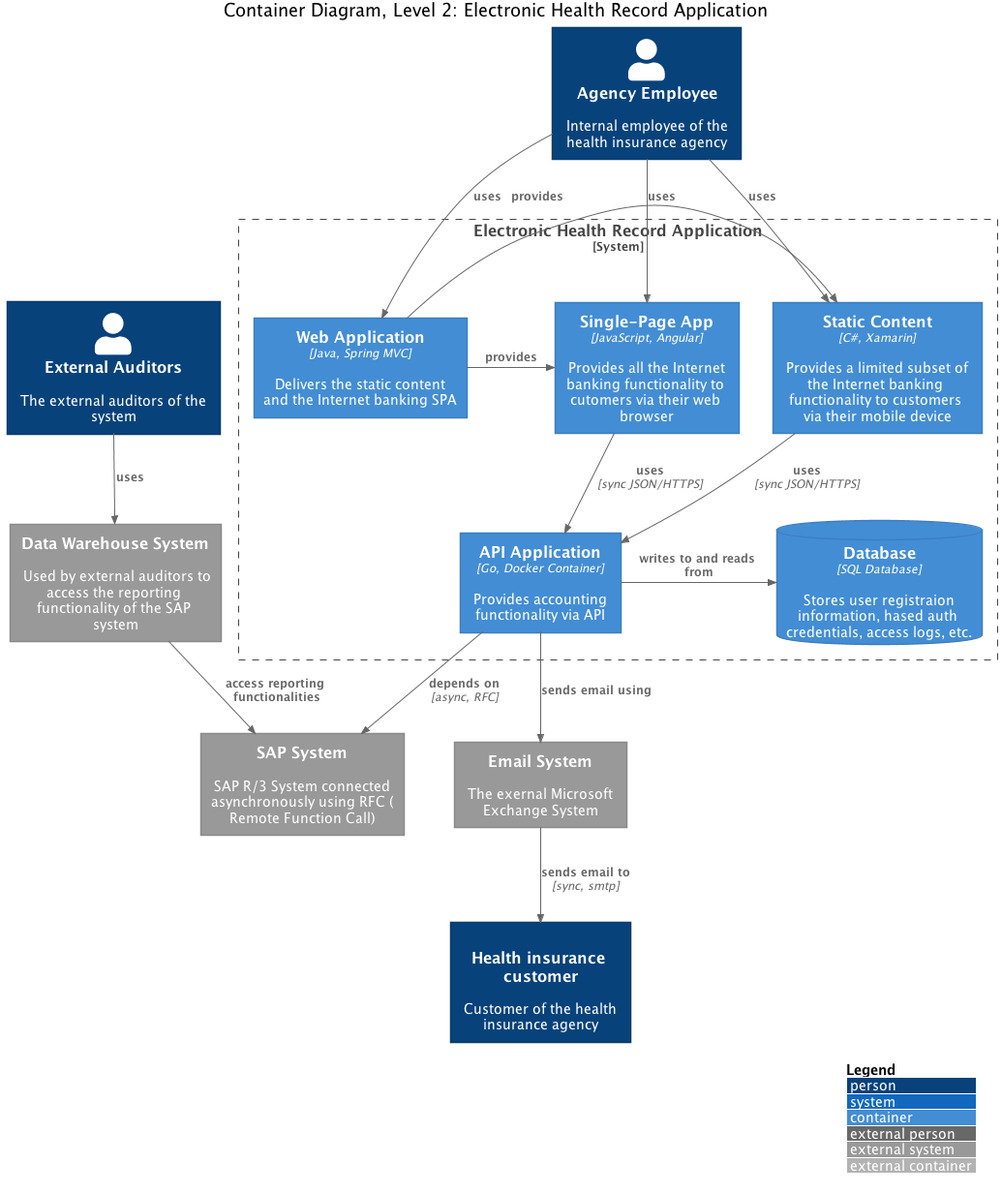
Before: out/level-2_container/Container Diagram, Level 2  Electronic Health Record Application.png, a diagram exported from PlantUML (patricpoba/msem-sw.arch-c4-model-assignment). Its diagram source:
```plantuml
@startuml
!include https://raw.githubusercontent.com/plantuml-stdlib/C4-PlantUML/master/C4_Container.puml

LAYOUT_WITH_LEGEND()

title Container Diagram, Level 2: Electronic Health Record Application

Person(employee, "Agency Employee", "Internal employee of the health insurance agency")
Person(customer, "Health insurance customer", "Customer of the health insurance agency", "user")
Person(auditor, "External Auditors", "The external auditors of the system")

System_Boundary(c1, "Electronic Health Record Application") {

    Container(webApp, "Web Application", "Java, Spring MVC", "Delivers the static content and the Internet banking SPA")
    Container(spa, "Single-Page App", "JavaScript, Angular", "Provides all the Internet banking functionality to cutomers via their web browser")
    Container(staticContent, "Static Content", "C#, Xamarin", "Provides a limited subset of the Internet banking functionality to customers via their mobile device")
    ContainerDb(database, "Database", "SQL Database", "Stores user registraion information, hased auth credentials, access logs, etc.")
    Container(backend_api, "API Application", "Go, Docker Container", "Provides accounting functionality via API")
}


System_Ext(emailSystem, "Email System", "The exernal Microsoft Exchange System")
System_Ext(dataWHS, "Data Warehouse System", "Used by external auditors to access the reporting functionality of the SAP system")
System_Ext(sapSystem, "SAP System", "SAP R/3 System connected asynchronously using RFC (Remote Function Call)")


Rel(employee, webApp, "uses")
Rel(employee, staticContent, "uses")
Rel(employee, spa, "uses")

Rel_Neighbor(webApp, spa, "provides")
Rel_Neighbor(webApp, staticContent, "provides")

Rel(spa, backend_api, "uses", "sync JSON/HTTPS")
Rel(staticContent, backend_api, "uses", "sync JSON/HTTPS")

Rel_Neighbor(backend_api, database, "writes to and reads from")
Rel(dataWHS, sapSystem, "access reporting functionalities")
Rel(auditor, dataWHS, "uses")
Rel(emailSystem, customer, "sends email to", "sync, smtp")

Rel(backend_api, emailSystem, "sends email using")
Rel(backend_api, sapSystem, "depends on", "async, RFC")

@enduml
```
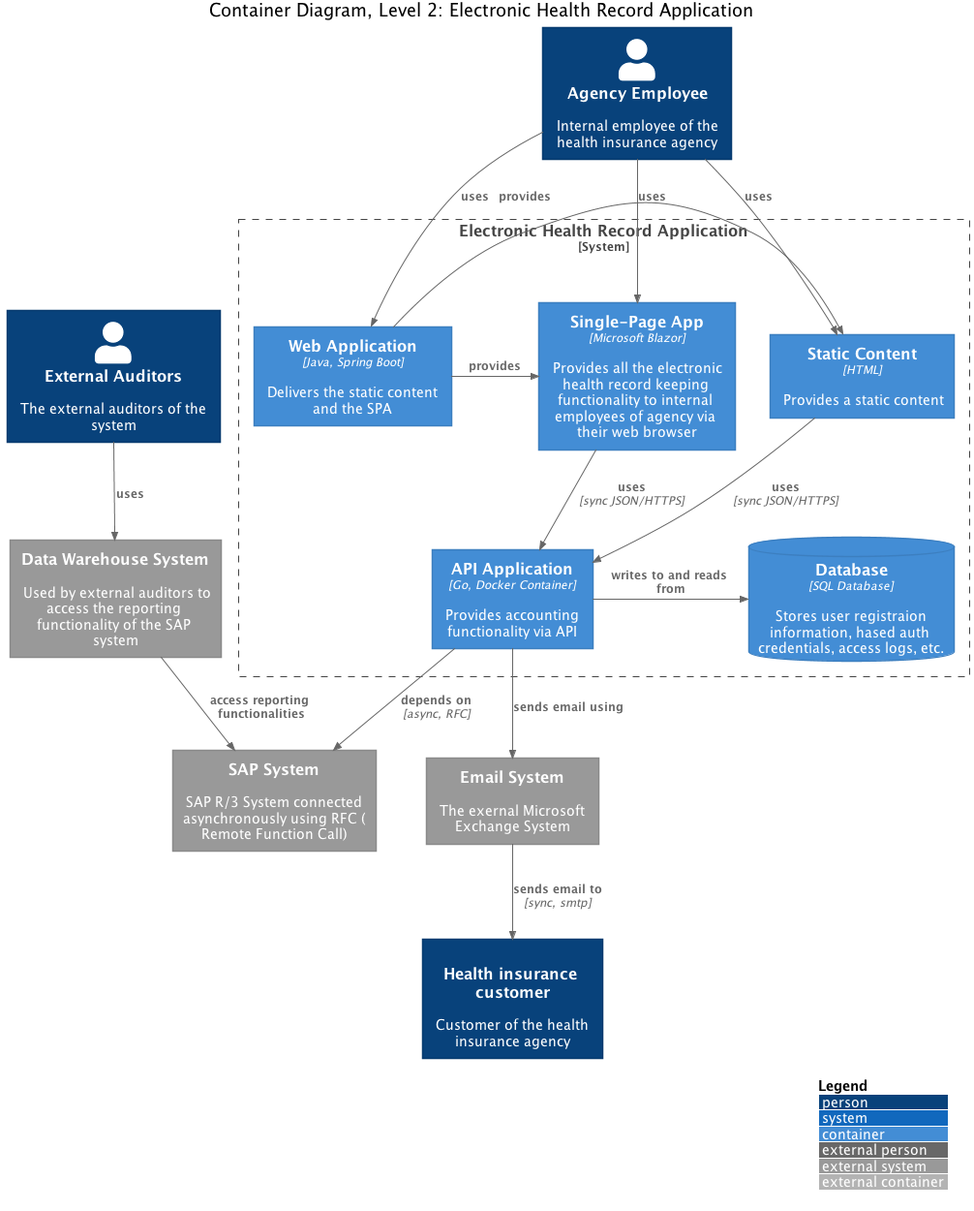
Above is the later version.

Commit message:
make changes to level 2 diagram

Diff of the diagram source:
```diff
@@ -11,17 +11,18 @@
 
 System_Boundary(c1, "Electronic Health Record Application") {
 
-    Container(webApp, "Web Application", "Java, Spring MVC", "Delivers the static content and the Internet banking SPA")
-    Container(spa, "Single-Page App", "JavaScript, Angular", "Provides all the Internet banking functionality to cutomers via their web browser")
-    Container(staticContent, "Static Content", "C#, Xamarin", "Provides a limited subset of the Internet banking functionality to customers via their mobile device")
+    Container(webApp, "Web Application", "Java, Spring Boot", "Delivers the static content and the SPA")
+    Container(spa, "Single-Page App", "Microsoft Blazor", "Provides all the electronic health record keeping functionality to internal employees of agency via their web browser")
+    Container(staticContent, "Static Content", "HTML", "Provides a static content")
     ContainerDb(database, "Database", "SQL Database", "Stores user registraion information, hased auth credentials, access logs, etc.")
-    Container(backend_api, "API Application", "Go, Docker Container", "Provides accounting functionality via API")
+    Container(apiServer, "API Application", "Go, Docker Container", "Provides accounting functionality via API")
 }
 
 
 System_Ext(emailSystem, "Email System", "The exernal Microsoft Exchange System")
 System_Ext(dataWHS, "Data Warehouse System", "Used by external auditors to access the reporting functionality of the SAP system")
 System_Ext(sapSystem, "SAP System", "SAP R/3 System connected asynchronously using RFC (Remote Function Call)")
+
 
 
 Rel(employee, webApp, "uses")
@@ -31,15 +32,15 @@
 Rel_Neighbor(webApp, spa, "provides")
 Rel_Neighbor(webApp, staticContent, "provides")
 
-Rel(spa, backend_api, "uses", "sync JSON/HTTPS")
-Rel(staticContent, backend_api, "uses", "sync JSON/HTTPS")
+Rel(spa, apiServer, "uses", "sync JSON/HTTPS")
+Rel(staticContent, apiServer, "uses", "sync JSON/HTTPS")
 
-Rel_Neighbor(backend_api, database, "writes to and reads from")
+Rel_Neighbor(apiServer, database, "writes to and reads from")
 Rel(dataWHS, sapSystem, "access reporting functionalities")
 Rel(auditor, dataWHS, "uses")
 Rel(emailSystem, customer, "sends email to", "sync, smtp")
 
-Rel(backend_api, emailSystem, "sends email using")
-Rel(backend_api, sapSystem, "depends on", "async, RFC")
+Rel(apiServer, emailSystem, "sends email using")
+Rel(apiServer, sapSystem, "depends on", "async, RFC")
 
 @enduml
```
